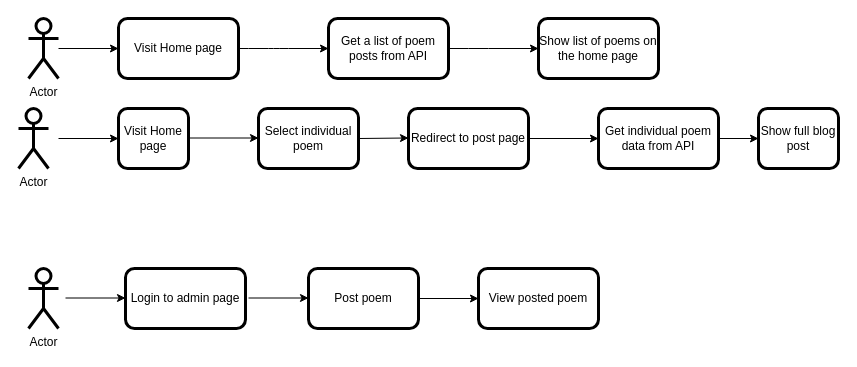
This is Rlog User Flow.drawio from Rume7/Rlog, a draw.io file, before an edit. Source tidied: cells renumbered, new cells numbered last; positions are measured from the earlier drawing's top-left corner, leaving out a move shared by most shapes. Both pictures are drawn from the tidied source at 100%, with x=0, y=0 at pixel (18, 18).
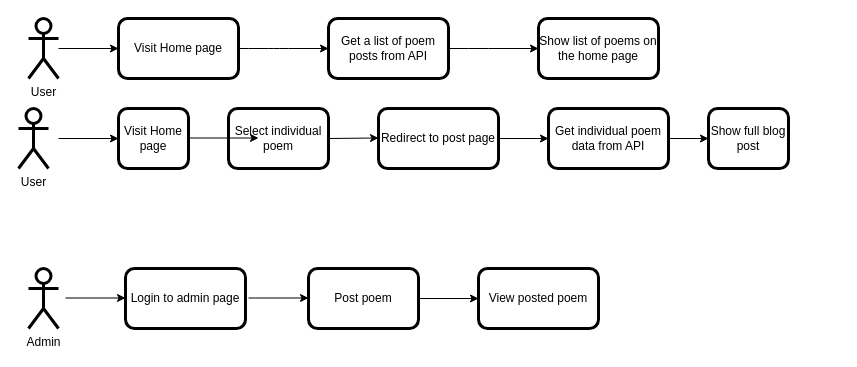
The same page after the edit.

What changed in the source:
```diff
@@
-    <mxCell id="2" value="Actor" style="shape=umlActor;verticalLabelPosition=bottom;verticalAlign=top;html=1;outlineConnect=0;strokeWidth=3;" parent="1" vertex="1">
+    <mxCell id="2" value="User" style="shape=umlActor;verticalLabelPosition=bottom;verticalAlign=top;html=1;outlineConnect=0;strokeWidth=3;" parent="1" vertex="1">
       <mxGeometry x="10" width="30" height="60" as="geometry" />
     </mxCell>
@@
-    <mxCell id="9" value="Actor" style="shape=umlActor;verticalLabelPosition=bottom;verticalAlign=top;html=1;strokeWidth=3;" parent="1" vertex="1">
+    <mxCell id="9" value="Admin" style="shape=umlActor;verticalLabelPosition=bottom;verticalAlign=top;html=1;strokeWidth=3;" parent="1" vertex="1">
       <mxGeometry x="10" y="250" width="30" height="60" as="geometry" />
     </mxCell>
@@
     <mxCell id="16" value="Select individual poem" style="rounded=1;whiteSpace=wrap;html=1;strokeWidth=3;" parent="1" vertex="1">
-      <mxGeometry x="240" y="90" width="100" height="60" as="geometry" />
+      <mxGeometry x="210" y="90" width="100" height="60" as="geometry" />
     </mxCell>
@@
     <mxCell id="18" value="Redirect to post page" style="rounded=1;whiteSpace=wrap;html=1;strokeWidth=3;" parent="1" vertex="1">
-      <mxGeometry x="390" y="90" width="120" height="60" as="geometry" />
+      <mxGeometry x="360" y="90" width="120" height="60" as="geometry" />
     </mxCell>
@@
-    <mxCell id="20" value="Actor" style="shape=umlActor;verticalLabelPosition=bottom;verticalAlign=top;html=1;strokeWidth=3;" parent="1" vertex="1">
+    <mxCell id="20" value="User" style="shape=umlActor;verticalLabelPosition=bottom;verticalAlign=top;html=1;strokeWidth=3;" parent="1" vertex="1">
       <mxGeometry y="90" width="30" height="60" as="geometry" />
     </mxCell>
     <mxCell id="21" value="Get individual poem data from API" style="rounded=1;whiteSpace=wrap;html=1;strokeWidth=3;" parent="1" vertex="1">
-      <mxGeometry x="580" y="90" width="120" height="60" as="geometry" />
+      <mxGeometry x="530" y="90" width="120" height="60" as="geometry" />
     </mxCell>
     <mxCell id="22" value="Show full blog post" style="rounded=1;whiteSpace=wrap;html=1;strokeWidth=3;" parent="1" vertex="1">
-      <mxGeometry x="740" y="90" width="80" height="60" as="geometry" />
+      <mxGeometry x="690" y="90" width="80" height="60" as="geometry" />
     </mxCell>
-    <mxCell id="23" style="endArrow=classic;html=1;exitX=1;exitY=0.5;exitDx=0;exitDy=0;entryX=0;entryY=0.5;entryDx=0;entryDy=0;" parent="1" edge="1" source="21" target="22">
-      <mxGeometry relative="1" as="geometry" />
+    <mxCell id="23" style="endArrow=classic;html=1;exitX=1;exitY=0.5;exitDx=0;exitDy=0;" parent="1" edge="1" source="21">
+      <mxGeometry relative="1" as="geometry">
+        <mxPoint x="690" y="120" as="targetPoint" />
+      </mxGeometry>
     </mxCell>
     <mxCell id="24" style="endArrow=classic;html=1;exitX=1;exitY=0.5;exitDx=0;exitDy=0;" parent="1" edge="1" source="18">
       <mxGeometry relative="1" as="geometry">
-        <mxPoint x="580" y="120" as="targetPoint" />
+        <mxPoint x="530" y="120" as="targetPoint" />
       </mxGeometry>
     </mxCell>
@@
     <mxCell id="26" style="endArrow=classic;html=1;" parent="1" edge="1">
       <mxGeometry relative="1" as="geometry">
-        <mxPoint x="340" y="120" as="sourcePoint" />
-        <mxPoint x="390" y="119.5" as="targetPoint" />
+        <mxPoint x="310" y="120" as="sourcePoint" />
+        <mxPoint x="360" y="119.5" as="targetPoint" />
       </mxGeometry>
     </mxCell>
```
